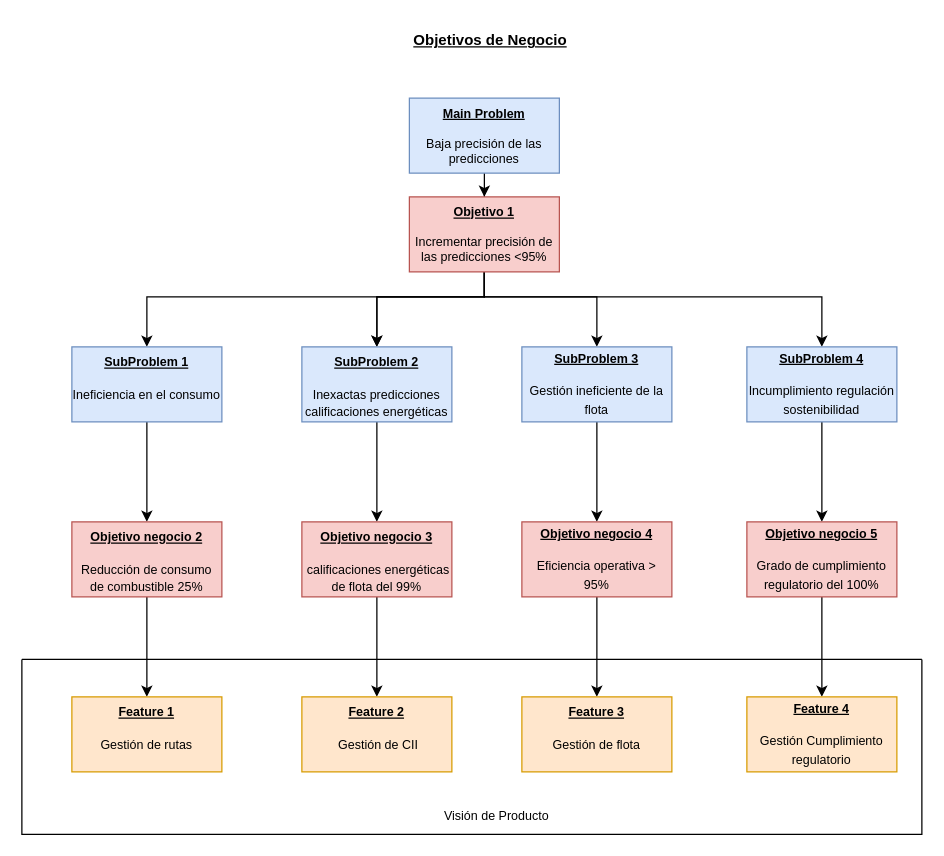
jdiazfer/ADS_Practica1 keeps this draw.io diagram as Untitled Diagram.drawio. Above is the earlier version. Source tidied: cells renumbered, new cells numbered last; positions are measured from the earlier drawing's top-left corner, leaving out a move shared by most shapes. Both pictures are drawn from the tidied source at 125%, with x=0, y=0 at pixel (21, 21).
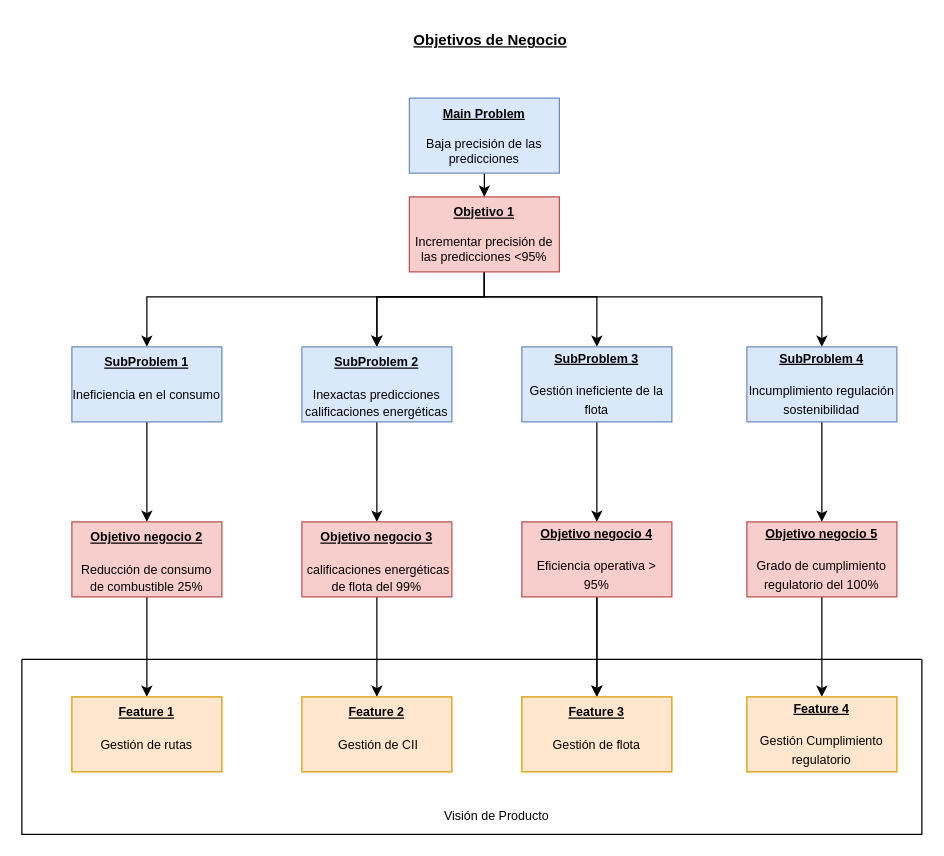
The same diagram, later.

Commit message:
Objetivos Negcio v1.1.1

The change refers to these unchanged cells:
```xml
<mxCell id="23" value="&lt;div style=&quot;font-size: 10px; line-height: 120%;&quot;&gt;&lt;font style=&quot;font-size: 10px;&quot;&gt;&lt;u&gt;&lt;b&gt;Objetivo negocio 4&lt;br&gt;&lt;/b&gt;&lt;/u&gt;&lt;/font&gt;&lt;/div&gt;&lt;div style=&quot;font-size: 10px;&quot;&gt;&lt;font style=&quot;font-size: 10px;&quot;&gt;&lt;u&gt;&lt;b&gt;&lt;br&gt;&lt;/b&gt;&lt;/u&gt;&lt;/font&gt;&lt;/div&gt;&lt;font style=&quot;font-size: 10px;&quot;&gt;Eficiencia operativa &amp;gt; 95%&lt;br&gt;&lt;/font&gt;" style="rounded=0;whiteSpace=wrap;html=1;fillColor=#f8cecc;strokeColor=#b85450;" parent="1" vertex="1">
  <mxGeometry x="400" y="400" width="120" height="60" as="geometry" />
</mxCell>
<mxCell id="28" value="&lt;div style=&quot;font-size: 10px; line-height: 120%;&quot;&gt;&lt;font style=&quot;font-size: 10px;&quot;&gt;&lt;u&gt;&lt;b&gt;Feature 3&lt;br&gt;&lt;/b&gt;&lt;/u&gt;&lt;/font&gt;&lt;/div&gt;&lt;div style=&quot;font-size: 10px;&quot;&gt;&lt;font style=&quot;font-size: 10px;&quot;&gt;&lt;u&gt;&lt;b&gt;&lt;br&gt;&lt;/b&gt;&lt;/u&gt;&lt;/font&gt;&lt;/div&gt;&lt;font style=&quot;font-size: 10px;&quot;&gt;Gestión de flota&lt;br&gt;&lt;/font&gt;" style="rounded=0;whiteSpace=wrap;html=1;verticalAlign=top;fillColor=#ffe6cc;strokeColor=#d79b00;" parent="1" vertex="1">
  <mxGeometry x="400" y="540" width="120" height="60" as="geometry" />
</mxCell>
```

What changed in the source:
```diff
@@
+    <mxCell id="33" style="edgeStyle=orthogonalEdgeStyle;rounded=0;jettySize=auto;html=1;" parent="1" edge="1" source="23" target="28">
+      <mxGeometry relative="1" as="geometry" />
+    </mxCell>
```
